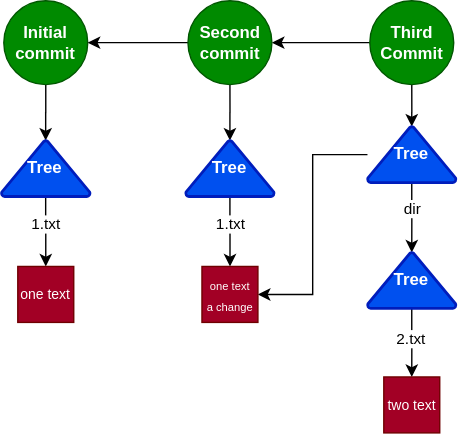
Before: img/thirdcommit.svg, a diagram exported from draw.io (gbroques/git-internals-presentation). Source tidied: cells renumbered, new cells last; positions are measured from the earlier drawing's top-left corner, leaving out a move shared by most shapes.
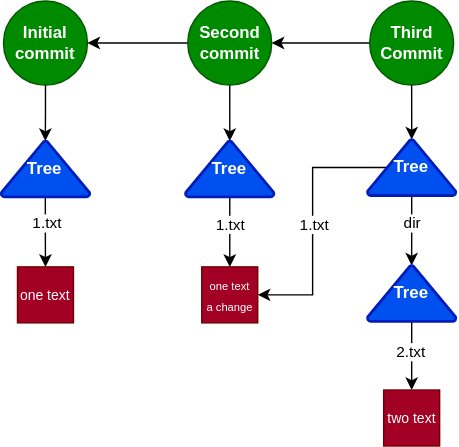
Above is the later version.

Diff of the diagram source:
```diff
@@ -14,11 +14,11 @@
     <mxCell id="5" style="edgeStyle=orthogonalEdgeStyle;rounded=0;jettySize=auto;html=1;entryX=0.5;entryY=0;entryDx=0;entryDy=0;entryPerimeter=0;" parent="1" edge="1" source="7" target="10">
       <mxGeometry relative="1" as="geometry" />
     </mxCell>
-    <mxCell id="6" style="edgeStyle=orthogonalEdgeStyle;rounded=0;jettySize=auto;html=1;entryX=1;entryY=0.5;entryDx=0;entryDy=0;" parent="1" edge="1" source="7" target="24">
+    <mxCell id="6" style="edgeStyle=orthogonalEdgeStyle;rounded=0;jettySize=auto;html=1;entryX=1;entryY=0.5;entryDx=0;entryDy=0;exitX=0.22;exitY=0.5;exitDx=0;exitDy=0;exitPerimeter=0;" parent="1" edge="1" source="7" target="24">
       <mxGeometry relative="1" as="geometry" />
     </mxCell>
     <mxCell id="7" value="Tree" style="strokeWidth=2;html=1;shape=mxgraph.flowchart.extract_or_measurement;whiteSpace=wrap;fillColor=#0050ef;strokeColor=#001DBC;fontColor=#ffffff;fontStyle=1;" parent="1" vertex="1">
-      <mxGeometry x="262" y="90" width="63.3" height="40" as="geometry" />
+      <mxGeometry x="262" y="99" width="63.3" height="40" as="geometry" />
     </mxCell>
     <mxCell id="8" style="edgeStyle=orthogonalEdgeStyle;rounded=0;jettySize=auto;html=1;entryX=0.5;entryY=0;entryDx=0;entryDy=0;" parent="1" edge="1" source="10" target="11">
       <mxGeometry relative="1" as="geometry" />
@@ -29,10 +29,10 @@
       </mxGeometry>
     </mxCell>
     <mxCell id="10" value="Tree" style="strokeWidth=2;html=1;shape=mxgraph.flowchart.extract_or_measurement;whiteSpace=wrap;fillColor=#0050ef;strokeColor=#001DBC;fontColor=#ffffff;fontStyle=1;" parent="1" vertex="1">
-      <mxGeometry x="262" y="180" width="63.3" height="40" as="geometry" />
+      <mxGeometry x="262" y="189" width="63.3" height="40" as="geometry" />
     </mxCell>
     <mxCell id="11" value="&lt;span style=&quot;font-weight: normal&quot;&gt;&lt;font style=&quot;font-size: 10px&quot;&gt;two text&lt;/font&gt;&lt;/span&gt;" style="whiteSpace=wrap;html=1;fillColor=#a20025;strokeColor=#6F0000;fontColor=#ffffff;fontStyle=1;" parent="1" vertex="1">
-      <mxGeometry x="273.7" y="269" width="40" height="40" as="geometry" />
+      <mxGeometry x="273.7" y="278" width="40" height="40" as="geometry" />
     </mxCell>
     <mxCell id="12" style="edgeStyle=orthogonalEdgeStyle;rounded=0;jettySize=auto;html=1;" parent="1" edge="1" source="13" target="16">
       <mxGeometry relative="1" as="geometry" />
@@ -78,7 +78,12 @@
       <mxGeometry x="143.7" y="190" width="40" height="40" as="geometry" />
     </mxCell>
     <mxCell id="25" value="dir" style="edgeLabel;html=1;align=center;verticalAlign=middle;fontColor=#000000;" parent="1" vertex="1">
-      <mxGeometry x="293.7" y="149" as="geometry" />
+      <mxGeometry x="293.7" y="158" as="geometry" />
     </mxCell>
+    <mxCell id="26" value="1.txt" style="edgeLabel;html=1;align=center;verticalAlign=middle;fontColor=#000000;" parent="1" vertex="1">
+      <mxGeometry x="181.7" y="167.2" as="geometry">
+        <mxPoint x="42" y="-8" as="offset" />
+      </mxGeometry>
+    </mxCell>
   </root>
 </mxGraphModel>
```
